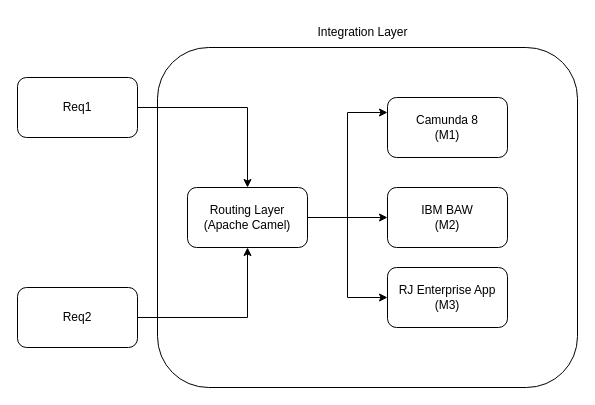
namanchopra21087/design-documents keeps this draw.io diagram as Untitled Diagram.drawio. Above is the earlier version. Source tidied: cells renumbered, new cells numbered last; positions are measured from the earlier drawing's top-left corner, leaving out a move shared by most shapes. Both pictures are drawn from the tidied source at 100%, with x=0, y=0 at pixel (17, 17).
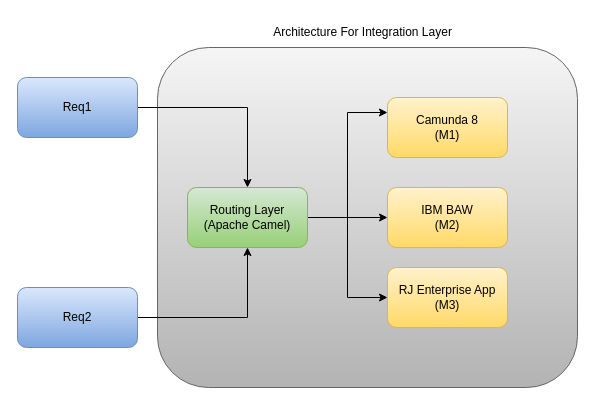
The same diagram, later.

The edit, as a diff of the source:
```diff
@@
 <mxGraphModel>
   <root>
     <mxCell id="0" />
     <mxCell id="1" parent="0" />
-    <mxCell id="2" style="rounded=1;whiteSpace=wrap;html=1;" parent="1" vertex="1">
+    <mxCell id="2" style="rounded=1;whiteSpace=wrap;html=1;fillColor=#f5f5f5;gradientColor=#b3b3b3;strokeColor=#666666;" parent="1" vertex="1">
       <mxGeometry x="140" y="30" width="420" height="340" as="geometry" />
     </mxCell>
-    <mxCell id="3" value="Camunda 8&lt;br&gt;(M1)" style="rounded=1;whiteSpace=wrap;html=1;" parent="1" vertex="1">
+    <mxCell id="3" value="Camunda 8&lt;br&gt;(M1)" style="rounded=1;whiteSpace=wrap;html=1;fillColor=#fff2cc;gradientColor=#ffd966;strokeColor=#d6b656;" parent="1" vertex="1">
       <mxGeometry x="370" y="80" width="120" height="60" as="geometry" />
     </mxCell>
     <mxCell id="4" style="edgeStyle=orthogonalEdgeStyle;rounded=0;jettySize=auto;html=1;entryX=0;entryY=0.25;entryDx=0;entryDy=0;" parent="1" edge="1" source="7" target="3">
       <mxGeometry relative="1" as="geometry" />
     </mxCell>
     <mxCell id="5" style="edgeStyle=orthogonalEdgeStyle;rounded=0;jettySize=auto;html=1;" parent="1" edge="1" source="7" target="8">
       <mxGeometry relative="1" as="geometry" />
     </mxCell>
     <mxCell id="6" style="edgeStyle=orthogonalEdgeStyle;rounded=0;jettySize=auto;html=1;entryX=0;entryY=0.5;entryDx=0;entryDy=0;" parent="1" edge="1" source="7" target="9">
       <mxGeometry relative="1" as="geometry" />
     </mxCell>
-    <mxCell id="7" value="Routing Layer&lt;br&gt;(Apache Camel)" style="rounded=1;whiteSpace=wrap;html=1;" parent="1" vertex="1">
+    <mxCell id="7" value="Routing Layer&lt;br&gt;(Apache Camel)" style="rounded=1;whiteSpace=wrap;html=1;fillColor=#d5e8d4;gradientColor=#97d077;strokeColor=#82b366;" parent="1" vertex="1">
       <mxGeometry x="170" y="170" width="120" height="60" as="geometry" />
     </mxCell>
-    <mxCell id="8" value="IBM BAW&lt;br&gt;(M2)" style="rounded=1;whiteSpace=wrap;html=1;" parent="1" vertex="1">
+    <mxCell id="8" value="IBM BAW&lt;br&gt;(M2)" style="rounded=1;whiteSpace=wrap;html=1;fillColor=#fff2cc;gradientColor=#ffd966;strokeColor=#d6b656;" parent="1" vertex="1">
       <mxGeometry x="370" y="170" width="120" height="60" as="geometry" />
     </mxCell>
-    <mxCell id="9" value="RJ Enterprise App&lt;br&gt;(M3)" style="rounded=1;whiteSpace=wrap;html=1;" parent="1" vertex="1">
+    <mxCell id="9" value="RJ Enterprise App&lt;br&gt;(M3)" style="rounded=1;whiteSpace=wrap;html=1;fillColor=#fff2cc;gradientColor=#ffd966;strokeColor=#d6b656;" parent="1" vertex="1">
       <mxGeometry x="370" y="250" width="120" height="60" as="geometry" />
     </mxCell>
     <mxCell id="10" style="edgeStyle=orthogonalEdgeStyle;rounded=0;jettySize=auto;html=1;" parent="1" edge="1" source="11" target="7">
       <mxGeometry relative="1" as="geometry" />
     </mxCell>
-    <mxCell id="11" value="Req1" style="rounded=1;whiteSpace=wrap;html=1;" parent="1" vertex="1">
+    <mxCell id="11" value="Req1" style="rounded=1;whiteSpace=wrap;html=1;fillColor=#dae8fc;gradientColor=#7ea6e0;strokeColor=#6c8ebf;" parent="1" vertex="1">
       <mxGeometry y="60" width="120" height="60" as="geometry" />
     </mxCell>
     <mxCell id="12" style="edgeStyle=orthogonalEdgeStyle;rounded=0;jettySize=auto;html=1;entryX=0.5;entryY=1;entryDx=0;entryDy=0;" parent="1" edge="1" source="13" target="7">
       <mxGeometry relative="1" as="geometry" />
     </mxCell>
-    <mxCell id="13" value="Req2" style="rounded=1;whiteSpace=wrap;html=1;" parent="1" vertex="1">
+    <mxCell id="13" value="Req2" style="rounded=1;whiteSpace=wrap;html=1;fillColor=#dae8fc;gradientColor=#7ea6e0;strokeColor=#6c8ebf;" parent="1" vertex="1">
       <mxGeometry y="270" width="120" height="60" as="geometry" />
     </mxCell>
-    <mxCell id="14" value="Integration Layer" style="text;html=1;align=center;verticalAlign=middle;strokeColor=none;fillColor=none;" parent="1" vertex="1">
-      <mxGeometry x="290" width="110" height="30" as="geometry" />
+    <mxCell id="14" value="Architecture For Integration Layer" style="text;html=1;align=center;verticalAlign=middle;strokeColor=none;fillColor=none;" parent="1" vertex="1">
+      <mxGeometry x="245" width="200" height="30" as="geometry" />
     </mxCell>
   </root>
 </mxGraphModel>
```
